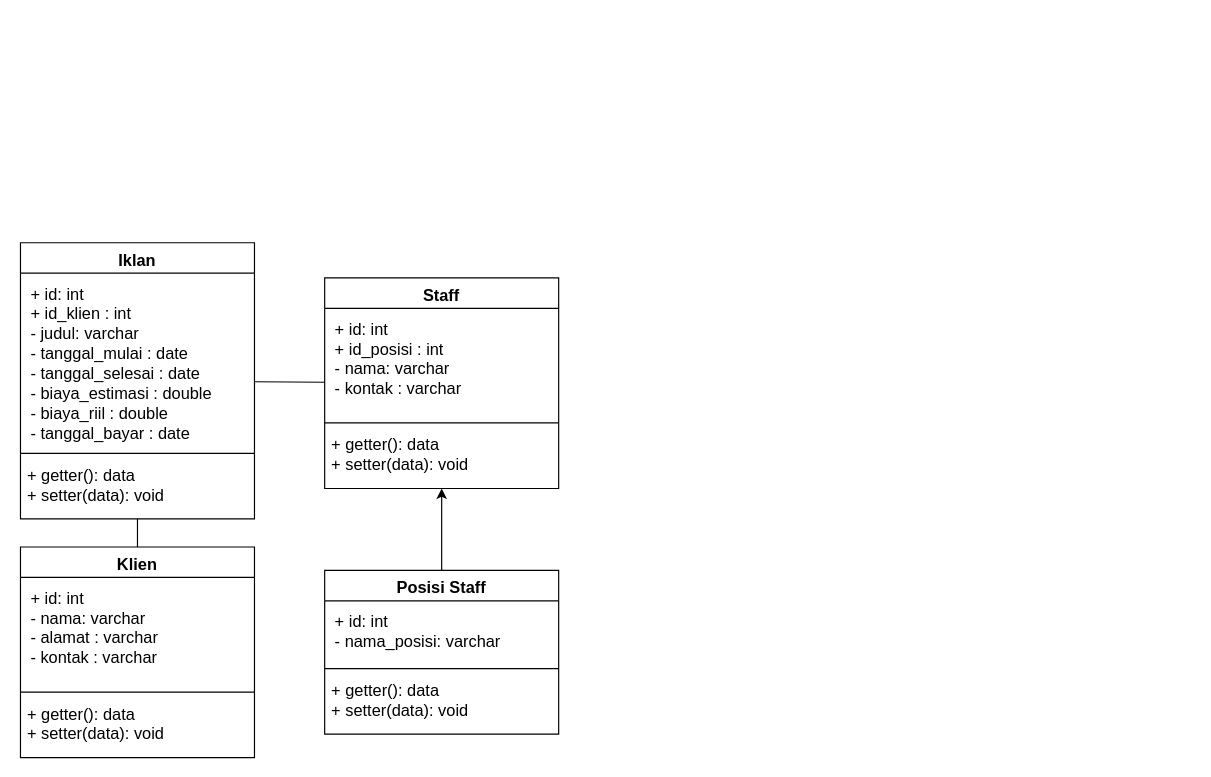
Above: prakAPS.drawio in ahmrh/diagrams.net (draw.io), before the change. Source tidied: cells renumbered, new cells numbered last; positions are measured from the earlier drawing's top-left corner, leaving out a move shared by most shapes. Both pictures are drawn from the tidied source at 117%, with x=0, y=0 at pixel (20, 242).
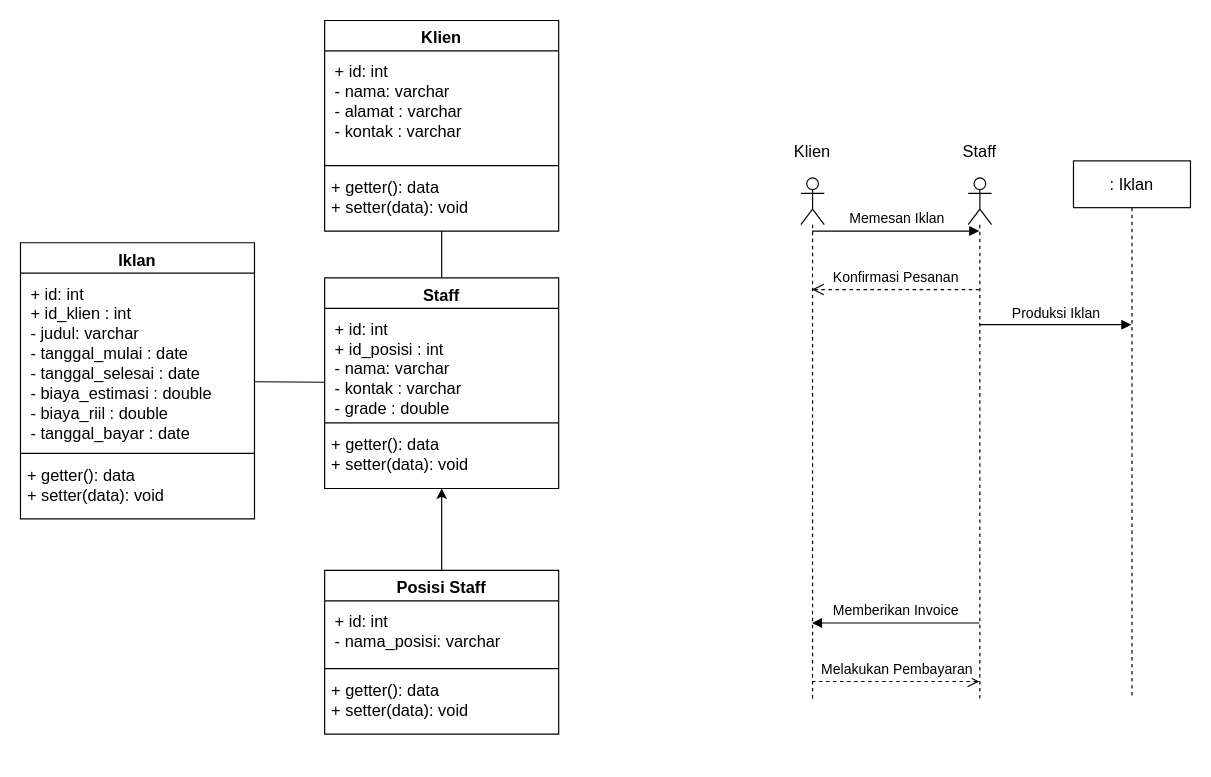
Above is the later version.

Unchanged cells that the change refers to:
```xml
<mxCell id="6" value="Staff" style="swimlane;fontStyle=1;align=center;verticalAlign=top;horizontal=1;startSize=26;fontSize=14;" parent="1" vertex="1">
  <mxGeometry x="260" y="30" width="200" height="180" as="geometry" />
</mxCell>
<mxCell id="15" value="Iklan" style="swimlane;fontStyle=1;align=center;verticalAlign=top;horizontal=1;startSize=26;fontSize=14;" parent="1" vertex="1">
  <mxGeometry width="200" height="236" as="geometry" />
</mxCell>
```

The edit, as a diff of the source:
```diff
@@
     <mxCell id="2" value="Klien" style="swimlane;fontStyle=1;align=center;verticalAlign=top;horizontal=1;startSize=26;fontSize=14;" parent="1" vertex="1">
-      <mxGeometry y="260" width="200" height="180" as="geometry" />
+      <mxGeometry x="260" y="-190" width="200" height="180" as="geometry" />
     </mxCell>
@@
-    <mxCell id="7" value="+ id: int&#10;+ id_posisi : int &#10;- nama: varchar&#10;- kontak : varchar" style="text;strokeColor=none;fillColor=none;align=left;verticalAlign=top;spacingLeft=4;spacingRight=4;overflow=hidden;fontSize=14;spacing=5;spacingTop=0;spacingBottom=0;" parent="6" vertex="1">
+    <mxCell id="7" value="+ id: int&#10;+ id_posisi : int &#10;- nama: varchar&#10;- kontak : varchar&#10;- grade : double" style="text;strokeColor=none;fillColor=none;align=left;verticalAlign=top;spacingLeft=4;spacingRight=4;overflow=hidden;fontSize=14;spacing=5;spacingTop=0;spacingBottom=0;" parent="6" vertex="1">
       <mxGeometry y="26" width="200" height="94" as="geometry" />
     </mxCell>
@@
-    <mxCell id="19" style="endArrow=none;html=1;rounded=0;fontSize=14;endFill=0;" parent="1" edge="1" source="2" target="15">
+    <mxCell id="19" style="endArrow=none;html=1;rounded=0;fontSize=14;endFill=0;" parent="1" edge="1" source="2" target="6">
       <mxGeometry relative="1" as="geometry" />
     </mxCell>
@@
+    <mxCell id="21" value=": Iklan" style="shape=umlLifeline;perimeter=lifelinePerimeter;whiteSpace=wrap;html=1;outlineConnect=0;fontSize=14;" parent="1" vertex="1">
+      <mxGeometry x="900" y="-70" width="100" height="460" as="geometry" />
+    </mxCell>
+    <mxCell id="22" style="group;" parent="1" vertex="1">
+      <mxGeometry x="790" y="-100" width="60" height="490" as="geometry" />
+    </mxCell>
+    <mxCell id="23" style="shape=umlLifeline;participant=umlActor;perimeter=lifelinePerimeter;whiteSpace=wrap;html=1;verticalAlign=top;spacingTop=36;outlineConnect=0;fontSize=14;" parent="22" vertex="1">
+      <mxGeometry x="20" y="44.5" width="20" height="445.5" as="geometry" />
+    </mxCell>
+    <mxCell id="24" value="Staff" style="text;html=1;strokeColor=none;fillColor=none;align=center;verticalAlign=middle;whiteSpace=wrap;rounded=0;fontSize=14;" parent="22" vertex="1">
+      <mxGeometry width="60" height="44.5" as="geometry" />
+    </mxCell>
+    <mxCell id="25" style="group;" parent="1" vertex="1">
+      <mxGeometry x="647" y="-100" width="60" height="490" as="geometry" />
+    </mxCell>
+    <mxCell id="26" style="shape=umlLifeline;participant=umlActor;perimeter=lifelinePerimeter;whiteSpace=wrap;html=1;verticalAlign=top;spacingTop=36;outlineConnect=0;fontSize=14;" parent="25" vertex="1">
+      <mxGeometry x="20" y="44.5" width="20" height="445.5" as="geometry" />
+    </mxCell>
+    <mxCell id="27" value="Klien" style="text;html=1;strokeColor=none;fillColor=none;align=center;verticalAlign=middle;whiteSpace=wrap;rounded=0;fontSize=14;" parent="25" vertex="1">
+      <mxGeometry width="60" height="44.5" as="geometry" />
+    </mxCell>
+    <mxCell id="28" style="group;" parent="1" vertex="1">
+      <mxGeometry x="740" y="325" width="10" height="50" as="geometry" />
+    </mxCell>
+    <mxCell id="29" value="&lt;font style=&quot;font-size: 12px&quot;&gt;Memberikan Invoice&lt;/font&gt;" style="html=1;verticalAlign=bottom;endArrow=block;rounded=0;fontSize=14;" parent="28" edge="1" source="23" target="26">
+      <mxGeometry relative="1" as="geometry">
+        <Array as="points">
+          <mxPoint x="10" />
+        </Array>
+      </mxGeometry>
+    </mxCell>
+    <mxCell id="30" value="&lt;font style=&quot;font-size: 12px&quot;&gt;Melakukan Pembayaran&lt;/font&gt;" style="html=1;verticalAlign=bottom;endArrow=open;dashed=1;endSize=8;rounded=0;fontSize=14;" parent="28" edge="1" source="26" target="23">
+      <mxGeometry relative="1" as="geometry">
+        <Array as="points">
+          <mxPoint y="50" />
+        </Array>
+      </mxGeometry>
+    </mxCell>
+    <mxCell id="31" value="Produksi Iklan" style="html=1;verticalAlign=bottom;endArrow=block;rounded=0;fontSize=12;" parent="1" edge="1" source="23" target="21">
+      <mxGeometry relative="1" as="geometry">
+        <Array as="points">
+          <mxPoint x="890" y="70" />
+        </Array>
+      </mxGeometry>
+    </mxCell>
+    <mxCell id="32" style="group;" parent="1" vertex="1">
+      <mxGeometry x="750" y="-10" height="50" as="geometry" />
+    </mxCell>
+    <mxCell id="33" value="&lt;font style=&quot;font-size: 12px&quot;&gt;Memesan Iklan&lt;/font&gt;" style="html=1;verticalAlign=bottom;endArrow=block;rounded=0;fontSize=14;" parent="32" edge="1" source="26" target="23">
+      <mxGeometry relative="1" as="geometry">
+        <Array as="points">
+          <mxPoint />
+        </Array>
+      </mxGeometry>
+    </mxCell>
+    <mxCell id="34" value="&lt;font style=&quot;font-size: 12px&quot;&gt;Konfirmasi Pesanan&lt;/font&gt;" style="html=1;verticalAlign=bottom;endArrow=open;dashed=1;endSize=8;rounded=0;fontSize=14;" parent="32" edge="1" source="23" target="26">
+      <mxGeometry relative="1" as="geometry">
+        <Array as="points">
+          <mxPoint y="50" />
+        </Array>
+      </mxGeometry>
+    </mxCell>
```
